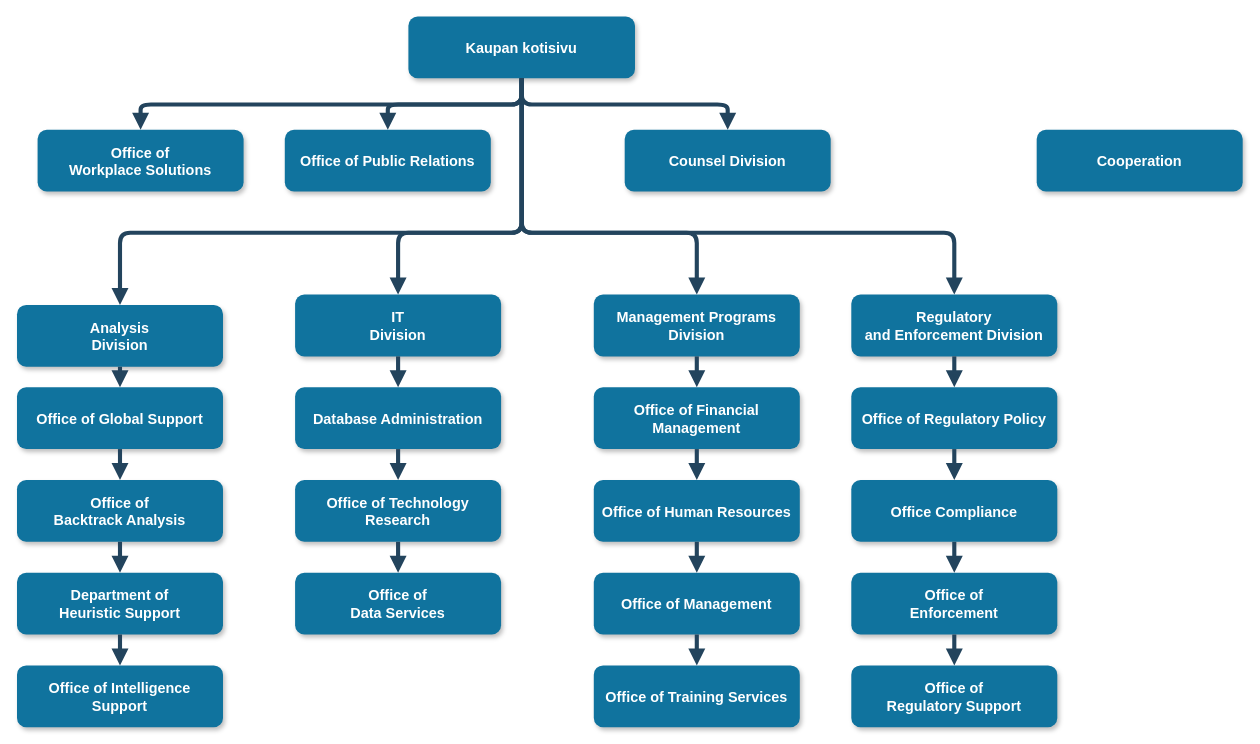
The draw.io diagram Untitled Diagram.drawio in kelemi90/vecto-checkout, before the edit. Source tidied: cells renumbered, new cells numbered last; positions are measured from the earlier drawing's top-left corner, leaving out a move shared by most shapes. Both pictures are drawn from the tidied source at 103%, with x=0, y=0 at pixel (16, 16).
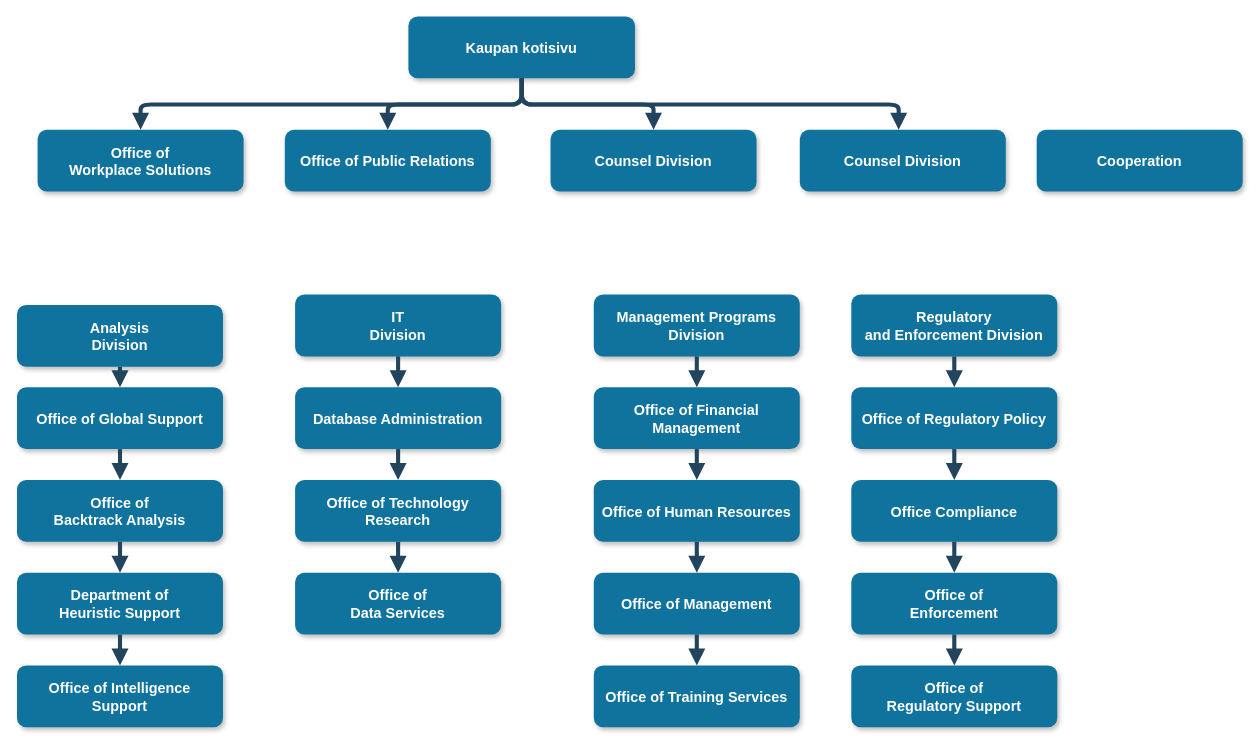
After the change.

Unchanged cells that the change refers to:
```xml
<mxCell id="2" value="Kaupan kotisivu" style="rounded=1;fillColor=#10739E;strokeColor=none;shadow=1;gradientColor=none;fontStyle=1;fontColor=#FFFFFF;fontSize=14;" parent="1" vertex="1">
  <mxGeometry x="380" y="-0.5" width="220" height="60" as="geometry" />
</mxCell>
<mxCell id="7" value="Analysis &#10;Division" style="rounded=1;fillColor=#10739E;strokeColor=none;shadow=1;gradientColor=none;fontStyle=1;fontColor=#FFFFFF;fontSize=14;" parent="1" vertex="1">
  <mxGeometry y="279.5" width="200" height="60" as="geometry" />
</mxCell>
<mxCell id="12" value="IT&#10;Division" style="rounded=1;fillColor=#10739E;strokeColor=none;shadow=1;gradientColor=none;fontStyle=1;fontColor=#FFFFFF;fontSize=14;" parent="1" vertex="1">
  <mxGeometry x="270" y="269.5" width="200" height="60" as="geometry" />
</mxCell>
<mxCell id="16" value="Management Programs &#10;Division" style="rounded=1;fillColor=#10739E;strokeColor=none;shadow=1;gradientColor=none;fontStyle=1;fontColor=#FFFFFF;fontSize=14;" parent="1" vertex="1">
  <mxGeometry x="560" y="269.5" width="200" height="60" as="geometry" />
</mxCell>
<mxCell id="21" value="Regulatory &#10;and Enforcement Division" style="rounded=1;fillColor=#10739E;strokeColor=none;shadow=1;gradientColor=none;fontStyle=1;fontColor=#FFFFFF;fontSize=14;" parent="1" vertex="1">
  <mxGeometry x="810" y="269.5" width="200" height="60" as="geometry" />
</mxCell>
```

What changed in the source:
```diff
@@
     <mxCell id="5" value="Counsel Division" style="rounded=1;fillColor=#10739E;strokeColor=none;shadow=1;gradientColor=none;fontStyle=1;fontColor=#FFFFFF;fontSize=14;" parent="1" vertex="1">
-      <mxGeometry x="590" y="109.5" width="200" height="60" as="geometry" />
+      <mxGeometry x="518" y="109.5" width="200" height="60" as="geometry" />
     </mxCell>
@@
-    <mxCell id="29" style="edgeStyle=elbowEdgeStyle;elbow=vertical;strokeWidth=4;endArrow=block;endFill=1;fontStyle=1;strokeColor=#23445D;" parent="1" edge="1" source="2" target="7">
-      <mxGeometry x="22" y="165.5" as="geometry">
-        <Array as="points">
-          <mxPoint x="270" y="209.5" />
-        </Array>
-      </mxGeometry>
-    </mxCell>
-    <mxCell id="30" style="edgeStyle=elbowEdgeStyle;elbow=vertical;strokeWidth=4;endArrow=block;endFill=1;fontStyle=1;strokeColor=#23445D;" parent="1" edge="1" source="2" target="21">
-      <mxGeometry x="22" y="165.5" as="geometry">
-        <Array as="points">
-          <mxPoint x="690" y="209.5" />
-        </Array>
-      </mxGeometry>
-    </mxCell>
@@
-    <mxCell id="46" style="edgeStyle=elbowEdgeStyle;elbow=vertical;strokeWidth=4;endArrow=block;endFill=1;fontStyle=1;strokeColor=#23445D;" parent="1" edge="1" source="2" target="12">
-      <mxGeometry x="22" y="165.5" as="geometry">
-        <Array as="points">
-          <mxPoint x="370" y="209.5" />
-        </Array>
-      </mxGeometry>
-    </mxCell>
-    <mxCell id="47" style="edgeStyle=elbowEdgeStyle;elbow=vertical;strokeWidth=4;endArrow=block;endFill=1;fontStyle=1;strokeColor=#23445D;" parent="1" edge="1" source="2" target="16">
-      <mxGeometry x="22" y="165.5" as="geometry">
-        <Array as="points">
-          <mxPoint x="660" y="209.5" />
-        </Array>
-      </mxGeometry>
-    </mxCell>
+    <mxCell id="48" value="Counsel Division" style="rounded=1;fillColor=#10739E;strokeColor=none;shadow=1;gradientColor=none;fontStyle=1;fontColor=#FFFFFF;fontSize=14;" parent="1" vertex="1">
+      <mxGeometry x="760" y="109.5" width="200" height="60" as="geometry" />
+    </mxCell>
+    <mxCell id="49" style="edgeStyle=elbowEdgeStyle;elbow=vertical;strokeWidth=4;endArrow=block;endFill=1;fontStyle=1;strokeColor=#23445D;exitX=0.5;exitY=1;exitDx=0;exitDy=0;" parent="1" edge="1" source="2">
+      <mxGeometry x="22" y="165.5" as="geometry">
+        <mxPoint x="856" y="109.5" as="targetPoint" />
+      </mxGeometry>
+    </mxCell>
```
